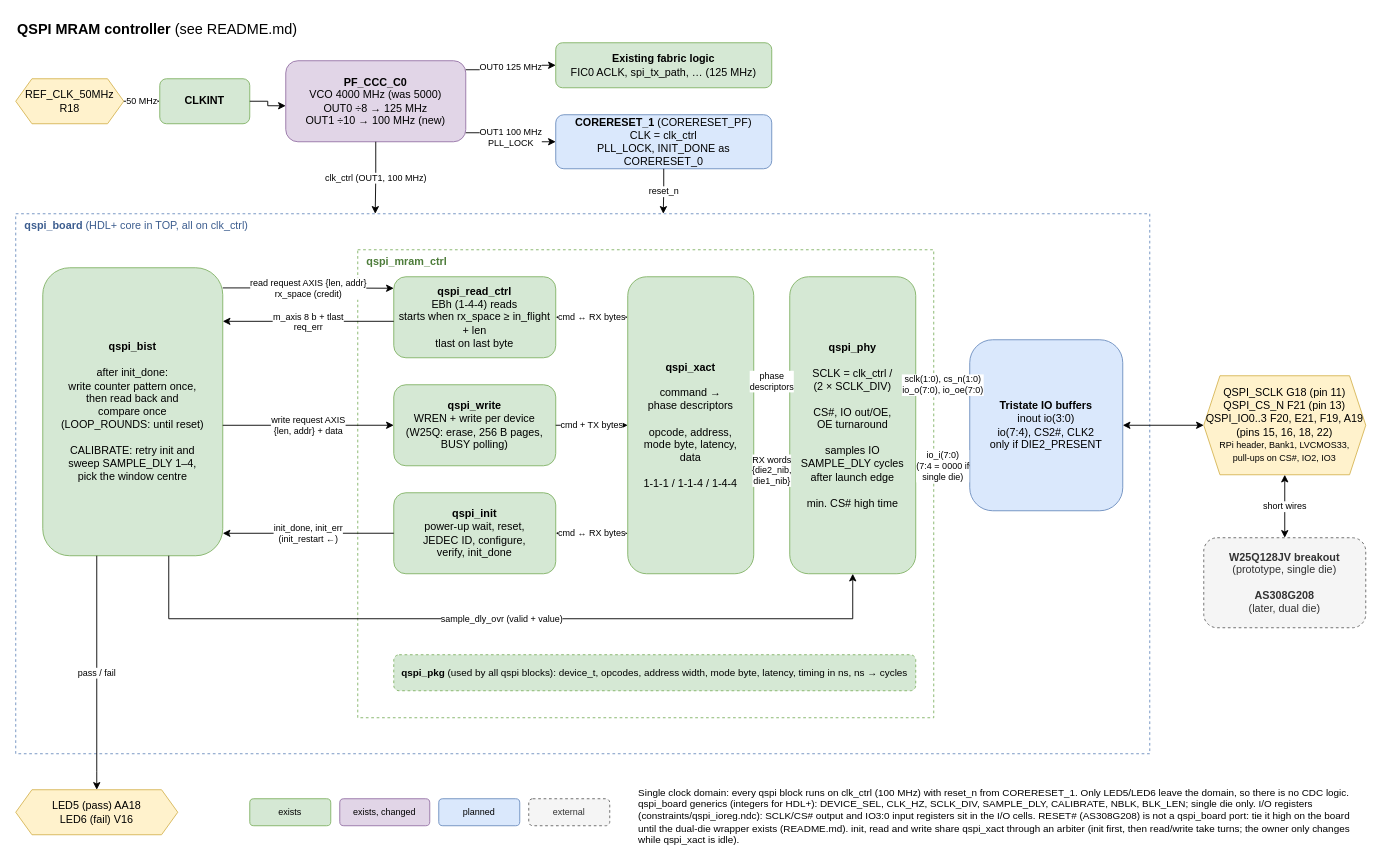
Earlier version of the draw.io diagram documentation/qspi_controller.drawio (jenswilly/polarfire_simple). Source tidied: cells renumbered, new cells numbered last; positions are measured from the earlier drawing's top-left corner, leaving out a move shared by most shapes. Both pictures are drawn from the tidied source at 90%, with x=0, y=0 at pixel (15, 15).
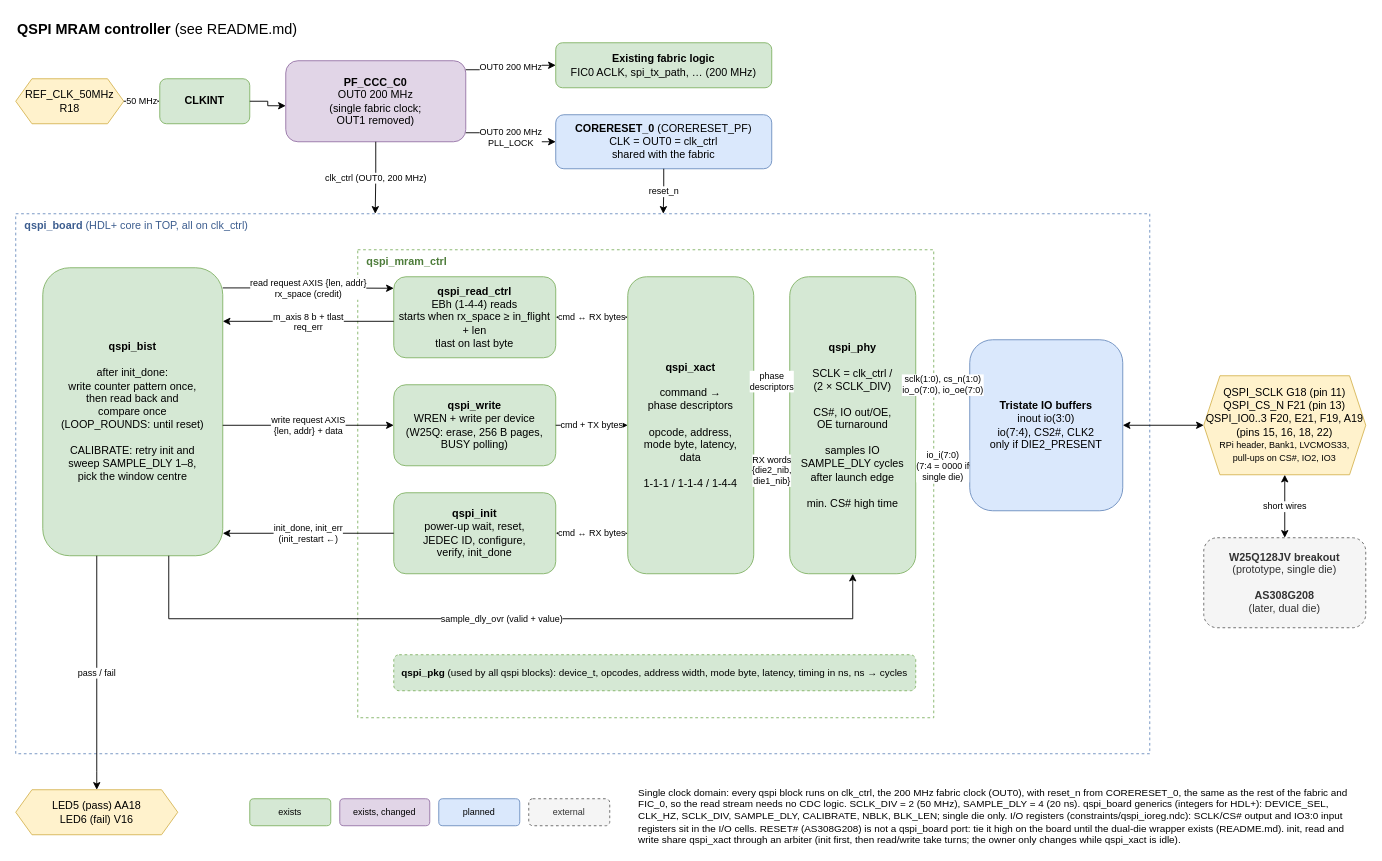
The same diagram, later.

Unchanged cells that the change refers to:
```xml
<mxCell id="12" value="&lt;b&gt;qspi_board&lt;/b&gt; (HDL+ core in TOP, all on clk_ctrl)" style="rounded=0;whiteSpace=wrap;html=1;dashed=1;fillColor=none;strokeColor=#6c8ebf;align=left;verticalAlign=top;spacingLeft=8;fontColor=#3c5d8f;" parent="1" vertex="1">
  <mxGeometry y="220" width="1260" height="600" as="geometry" />
</mxCell>
```

Diff of the diagram source:
```diff
@@
-    <mxCell id="5" value="&lt;b&gt;PF_CCC_C0&lt;/b&gt;&lt;br&gt;VCO 4000 MHz (was 5000)&lt;br&gt;OUT0 ÷8 → 125 MHz&lt;br&gt;OUT1 ÷10 → 100 MHz (new)" style="rounded=1;whiteSpace=wrap;html=1;fillColor=#e1d5e7;strokeColor=#9673a6;" parent="1" vertex="1">
+    <mxCell id="5" value="&lt;b&gt;PF_CCC_C0&lt;/b&gt;&lt;br&gt;OUT0 200 MHz&lt;br&gt;(single fabric clock;&lt;br&gt;OUT1 removed)" style="rounded=1;whiteSpace=wrap;html=1;fillColor=#e1d5e7;strokeColor=#9673a6;" parent="1" vertex="1">
       <mxGeometry x="300" y="50" width="200" height="90" as="geometry" />
     </mxCell>
-    <mxCell id="6" value="&lt;b&gt;Existing fabric logic&lt;/b&gt;&lt;br&gt;FIC0 ACLK, spi_tx_path, … (125 MHz)" style="rounded=1;whiteSpace=wrap;html=1;fillColor=#d5e8d4;strokeColor=#82b366;" parent="1" vertex="1">
+    <mxCell id="6" value="&lt;b&gt;Existing fabric logic&lt;/b&gt;&lt;br&gt;FIC0 ACLK, spi_tx_path, … (200 MHz)" style="rounded=1;whiteSpace=wrap;html=1;fillColor=#d5e8d4;strokeColor=#82b366;" parent="1" vertex="1">
       <mxGeometry x="600" y="30" width="240" height="50" as="geometry" />
     </mxCell>
-    <mxCell id="7" value="&lt;b&gt;CORERESET_1&lt;/b&gt; (CORERESET_PF)&lt;br&gt;CLK = clk_ctrl&lt;br&gt;PLL_LOCK, INIT_DONE as CORERESET_0" style="rounded=1;whiteSpace=wrap;html=1;fillColor=#dae8fc;strokeColor=#6c8ebf;" parent="1" vertex="1">
+    <mxCell id="7" value="&lt;b&gt;CORERESET_0&lt;/b&gt; (CORERESET_PF)&lt;br&gt;CLK = OUT0 = clk_ctrl&lt;br&gt;shared with the fabric" style="rounded=1;whiteSpace=wrap;html=1;fillColor=#dae8fc;strokeColor=#6c8ebf;" parent="1" vertex="1">
       <mxGeometry x="600" y="110" width="240" height="60" as="geometry" />
     </mxCell>
@@
-    <mxCell id="10" value="OUT0 125 MHz" style="edgeStyle=orthogonalEdgeStyle;rounded=0;html=1;fontSize=10;exitX=1;exitY=0.111;exitDx=0;exitDy=0;entryX=0;entryY=0.5;" parent="1" edge="1" source="5" target="6">
+    <mxCell id="10" value="OUT0 200 MHz" style="edgeStyle=orthogonalEdgeStyle;rounded=0;html=1;fontSize=10;exitX=1;exitY=0.111;exitDx=0;exitDy=0;entryX=0;entryY=0.5;" parent="1" edge="1" source="5" target="6">
       <mxGeometry relative="1" as="geometry" />
     </mxCell>
-    <mxCell id="11" value="OUT1 100 MHz&lt;br&gt;PLL_LOCK" style="edgeStyle=orthogonalEdgeStyle;rounded=0;html=1;fontSize=10;exitX=1;exitY=0.889;exitDx=0;exitDy=0;entryX=0;entryY=0.5;" parent="1" edge="1" source="5" target="7">
+    <mxCell id="11" value="OUT0 200 MHz&lt;br&gt;PLL_LOCK" style="edgeStyle=orthogonalEdgeStyle;rounded=0;html=1;fontSize=10;exitX=1;exitY=0.889;exitDx=0;exitDy=0;entryX=0;entryY=0.5;" parent="1" edge="1" source="5" target="7">
       <mxGeometry relative="1" as="geometry" />
     </mxCell>
@@
-    <mxCell id="13" value="clk_ctrl (OUT1, 100 MHz)" style="edgeStyle=orthogonalEdgeStyle;rounded=0;html=1;fontSize=10;exitX=0.5;exitY=1;entryX=0.317;entryY=0;entryDx=0;entryDy=0;" parent="1" edge="1" source="5" target="12">
+    <mxCell id="13" value="clk_ctrl (OUT0, 200 MHz)" style="edgeStyle=orthogonalEdgeStyle;rounded=0;html=1;fontSize=10;exitX=0.5;exitY=1;entryX=0.317;entryY=0;entryDx=0;entryDy=0;" parent="1" edge="1" source="5" target="12">
       <mxGeometry relative="1" as="geometry" />
     </mxCell>
@@
-    <mxCell id="16" value="&lt;b&gt;qspi_bist&lt;/b&gt;&lt;br&gt;&lt;br&gt;after init_done:&lt;br&gt;write counter pattern once,&lt;br&gt;then read back and&lt;br&gt;compare once&lt;br&gt;(LOOP_ROUNDS: until reset)&lt;br&gt;&lt;br&gt;CALIBRATE: retry init and&lt;br&gt;sweep SAMPLE_DLY 1–4,&lt;br&gt;pick the window centre" style="rounded=1;whiteSpace=wrap;html=1;fillColor=#d5e8d4;strokeColor=#82b366;" parent="1" vertex="1">
+    <mxCell id="16" value="&lt;b&gt;qspi_bist&lt;/b&gt;&lt;br&gt;&lt;br&gt;after init_done:&lt;br&gt;write counter pattern once,&lt;br&gt;then read back and&lt;br&gt;compare once&lt;br&gt;(LOOP_ROUNDS: until reset)&lt;br&gt;&lt;br&gt;CALIBRATE: retry init and&lt;br&gt;sweep SAMPLE_DLY 1–8,&lt;br&gt;pick the window centre" style="rounded=1;whiteSpace=wrap;html=1;fillColor=#d5e8d4;strokeColor=#82b366;" parent="1" vertex="1">
       <mxGeometry x="30" y="280" width="200" height="320" as="geometry" />
     </mxCell>
@@
-    <mxCell id="46" value="Single clock domain: every qspi block runs on clk_ctrl (100 MHz) with reset_n from CORERESET_1. Only LED5/LED6 leave the domain, so there is no CDC logic. qspi_board generics (integers for HDL+): DEVICE_SEL, CLK_HZ, SCLK_DIV, SAMPLE_DLY, CALIBRATE, NBLK, BLK_LEN; single die only. I/O registers (constraints/qspi_ioreg.ndc): SCLK/CS# output and IO3:0 input registers sit in the I/O cells. RESET# (AS308G208) is not a qspi_board port: tie it high on the board until the dual-die wrapper exists (README.md). init, read and write share qspi_xact through an arbiter (init first, then read/write take turns; the owner only changes while qspi_xact is idle)." style="text;html=1;align=left;verticalAlign=top;whiteSpace=wrap;fontSize=11;" parent="1" vertex="1">
+    <mxCell id="46" value="Single clock domain: every qspi block runs on clk_ctrl, the 200 MHz fabric clock (OUT0), with reset_n from CORERESET_0, the same as the rest of the fabric and FIC_0, so the read stream needs no CDC logic. SCLK_DIV = 2 (50 MHz), SAMPLE_DLY = 4 (20 ns). qspi_board generics (integers for HDL+): DEVICE_SEL, CLK_HZ, SCLK_DIV, SAMPLE_DLY, CALIBRATE, NBLK, BLK_LEN; single die only. I/O registers (constraints/qspi_ioreg.ndc): SCLK/CS# output and IO3:0 input registers sit in the I/O cells. RESET# (AS308G208) is not a qspi_board port: tie it high on the board until the dual-die wrapper exists (README.md). init, read and write share qspi_xact through an arbiter (init first, then read/write take turns; the owner only changes while qspi_xact is idle)." style="text;html=1;align=left;verticalAlign=top;whiteSpace=wrap;fontSize=11;" parent="1" vertex="1">
       <mxGeometry x="690" y="850" width="810" height="60" as="geometry" />
     </mxCell>
```
